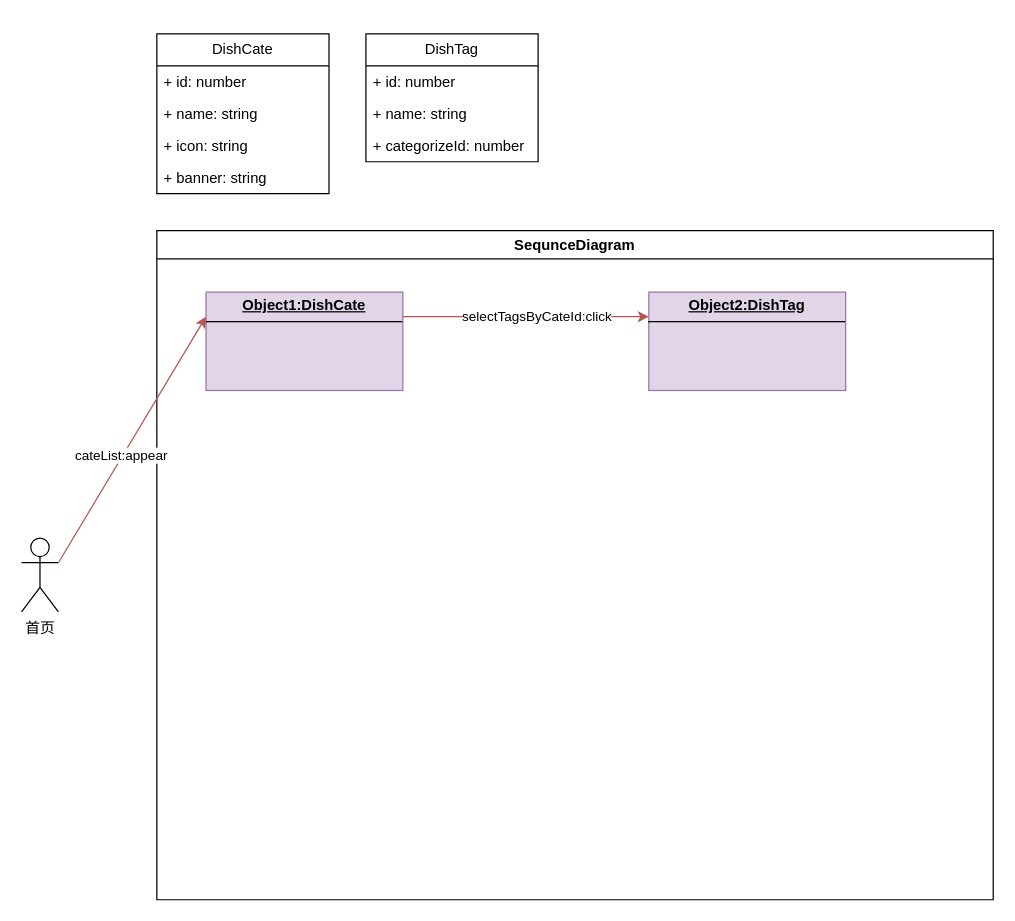
matrix-johnjohn/EatGo-Ordering-App keeps this draw.io diagram as prds/uml顺序图.drawio. Above is the earlier version. Source tidied: cells renumbered, new cells numbered last; positions are measured from the earlier drawing's top-left corner, leaving out a move shared by most shapes. Both pictures are drawn from the tidied source at 123%, with x=0, y=0 at pixel (21, 33).
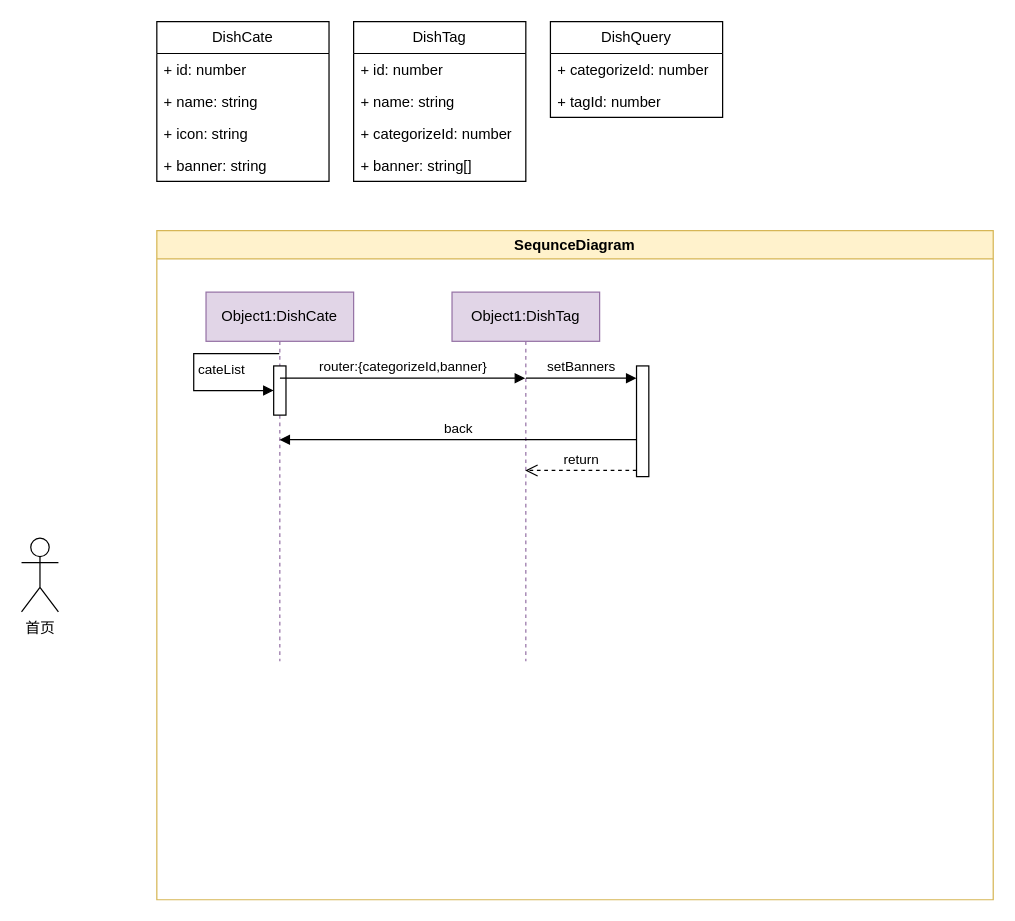
After the change.

The change refers to these unchanged cells:
```xml
<mxCell id="2" value="首页" style="shape=umlActor;verticalLabelPosition=bottom;verticalAlign=top;html=1;outlineConnect=0;" parent="1" vertex="1">
  <mxGeometry y="410" width="30" height="60" as="geometry" />
</mxCell>
```

The edit, as a diff of the source:
```diff
@@
     <mxCell id="3" value="DishCate" style="swimlane;fontStyle=0;horizontal=1;startSize=26;fillColor=none;whiteSpace=wrap;html=1;" parent="1" vertex="1">
-      <mxGeometry x="110" width="140" height="130" as="geometry" />
+      <mxGeometry x="110" y="-10" width="140" height="130" as="geometry" />
     </mxCell>
@@
-    <mxCell id="8" value="SequnceDiagram" style="swimlane;whiteSpace=wrap;html=1;" parent="1" vertex="1">
+    <mxCell id="8" value="SequnceDiagram" style="swimlane;whiteSpace=wrap;html=1;fillColor=#fff2cc;strokeColor=#d6b656;" parent="1" vertex="1">
       <mxGeometry x="110" y="160" width="680" height="544" as="geometry" />
     </mxCell>
-    <mxCell id="9" value="&lt;p style=&quot;margin:0px;margin-top:4px;text-align:center;text-decoration:underline;&quot;&gt;&lt;b&gt;Object1:DishCate&lt;/b&gt;&lt;/p&gt;&lt;hr size=&quot;1&quot; style=&quot;border-style:solid;&quot;&gt;&lt;p style=&quot;margin:0px;margin-left:8px;&quot;&gt;&lt;br&gt;&lt;/p&gt;" style="verticalAlign=top;align=left;overflow=fill;html=1;whiteSpace=wrap;fillColor=#e1d5e7;strokeColor=#9673a6;" parent="8" vertex="1">
-      <mxGeometry x="40" y="50" width="160" height="80" as="geometry" />
+    <mxCell id="9" value="Object1:DishCate" style="shape=umlLifeline;perimeter=lifelinePerimeter;whiteSpace=wrap;html=1;outlineConnect=0;portConstraint=eastwest;newEdgeStyle={&quot;curved&quot;:0,&quot;rounded&quot;:0};fillColor=#e1d5e7;strokeColor=#9673a6;" parent="8" vertex="1">
+      <mxGeometry x="40" y="50" width="120" height="300" as="geometry" />
     </mxCell>
-    <mxCell id="10" value="&lt;p style=&quot;margin:0px;margin-top:4px;text-align:center;text-decoration:underline;&quot;&gt;&lt;b&gt;Object2:DishTag&lt;/b&gt;&lt;/p&gt;&lt;hr size=&quot;1&quot; style=&quot;border-style:solid;&quot;&gt;&lt;p style=&quot;margin:0px;margin-left:8px;&quot;&gt;&lt;br&gt;&lt;/p&gt;" style="verticalAlign=top;align=left;overflow=fill;html=1;whiteSpace=wrap;fillColor=#e1d5e7;strokeColor=#9673a6;" parent="8" vertex="1">
-      <mxGeometry x="400" y="50" width="160" height="80" as="geometry" />
-    </mxCell>
-    <mxCell id="11" style="endArrow=classic;html=1;rounded=0;exitX=1;exitY=0.25;exitDx=0;exitDy=0;entryX=0;entryY=0.25;entryDx=0;entryDy=0;fillColor=#f8cecc;strokeColor=#b85450;" parent="8" edge="1" source="9" target="10">
-      <mxGeometry relative="1" as="geometry" />
-    </mxCell>
-    <mxCell id="12" value="selectTagsByCateId:click" style="edgeLabel;html=1;align=center;verticalAlign=middle;" parent="11" vertex="1">
-      <mxGeometry x="0.08" relative="1" as="geometry" />
-    </mxCell>
+    <mxCell id="19" style="html=1;points=[[0,0,0,0,5],[0,1,0,0,-5],[1,0,0,0,5],[1,1,0,0,-5]];perimeter=orthogonalPerimeter;outlineConnect=0;targetShapes=umlLifeline;portConstraint=eastwest;newEdgeStyle={&quot;curved&quot;:0,&quot;rounded&quot;:0};" parent="9" vertex="1">
+      <mxGeometry x="55" y="60" width="10" height="40" as="geometry" />
+    </mxCell>
+    <mxCell id="20" value="cateList" style="html=1;align=left;spacingLeft=2;endArrow=block;rounded=0;edgeStyle=orthogonalEdgeStyle;curved=0;rounded=0;" parent="9" edge="1" source="9" target="19">
+      <mxGeometry relative="1" as="geometry">
+        <Array as="points">
+          <mxPoint x="-10" y="50" />
+          <mxPoint x="-10" y="80" />
+        </Array>
+      </mxGeometry>
+    </mxCell>
+    <mxCell id="21" value="Object1:DishTag" style="shape=umlLifeline;perimeter=lifelinePerimeter;whiteSpace=wrap;html=1;outlineConnect=0;portConstraint=eastwest;newEdgeStyle={&quot;curved&quot;:0,&quot;rounded&quot;:0};fillColor=#e1d5e7;strokeColor=#9673a6;" parent="8" vertex="1">
+      <mxGeometry x="240" y="50" width="120" height="300" as="geometry" />
+    </mxCell>
+    <mxCell id="22" style="html=1;points=[[0,0,0,0,5],[0,1,0,0,-5],[1,0,0,0,5],[1,1,0,0,-5]];perimeter=orthogonalPerimeter;outlineConnect=0;targetShapes=umlLifeline;portConstraint=eastwest;newEdgeStyle={&quot;curved&quot;:0,&quot;rounded&quot;:0};" parent="8" vertex="1">
+      <mxGeometry x="390" y="110" width="10" height="90" as="geometry" />
+    </mxCell>
+    <mxCell id="23" value="setBanners" style="html=1;verticalAlign=bottom;endArrow=block;curved=0;rounded=0;entryX=0;entryY=0;entryDx=0;entryDy=5;" parent="8" edge="1">
+      <mxGeometry relative="1" as="geometry">
+        <mxPoint x="300.1" y="120" as="sourcePoint" />
+        <mxPoint x="390" y="120" as="targetPoint" />
+      </mxGeometry>
+    </mxCell>
+    <mxCell id="24" value="return" style="html=1;verticalAlign=bottom;endArrow=open;dashed=1;endSize=8;curved=0;rounded=0;exitX=0;exitY=1;exitDx=0;exitDy=-5;" parent="8" edge="1" source="22" target="21">
+      <mxGeometry relative="1" as="geometry" />
+    </mxCell>
+    <mxCell id="25" value="router:{categorizeId,banner}" style="html=1;verticalAlign=bottom;endArrow=block;curved=0;rounded=0;" parent="8" edge="1" target="21">
+      <mxGeometry relative="1" as="geometry">
+        <mxPoint x="100.1" y="120" as="sourcePoint" />
+      </mxGeometry>
+    </mxCell>
+    <mxCell id="26" value="back" style="html=1;verticalAlign=bottom;endArrow=block;curved=0;rounded=0;" parent="8" edge="1">
+      <mxGeometry relative="1" as="geometry">
+        <mxPoint x="390" y="170" as="sourcePoint" />
+        <mxPoint x="99.7" y="170" as="targetPoint" />
+      </mxGeometry>
+    </mxCell>
     <mxCell id="13" value="DishTag" style="swimlane;fontStyle=0;horizontal=1;startSize=26;fillColor=none;whiteSpace=wrap;html=1;" parent="1" vertex="1">
-      <mxGeometry x="280" width="140" height="104" as="geometry" />
+      <mxGeometry x="270" y="-10" width="140" height="130" as="geometry" />
     </mxCell>
@@
-    <mxCell id="17" style="endArrow=classic;html=1;rounded=0;exitX=1;exitY=0.3333333333333333;exitDx=0;exitDy=0;exitPerimeter=0;entryX=0;entryY=0.25;entryDx=0;entryDy=0;fillColor=#f8cecc;strokeColor=#b85450;" parent="1" edge="1" source="2" target="9">
-      <mxGeometry relative="1" as="geometry" />
-    </mxCell>
-    <mxCell id="18" value="cateList:appear" style="edgeLabel;html=1;align=center;verticalAlign=middle;" parent="17" vertex="1">
-      <mxGeometry x="-0.13" y="2" relative="1" as="geometry" />
-    </mxCell>
+    <mxCell id="27" value="+ banner: string[]" style="text;strokeColor=none;fillColor=none;align=left;verticalAlign=top;spacingLeft=4;spacingRight=4;overflow=hidden;whiteSpace=wrap;html=1;" parent="13" vertex="1">
+      <mxGeometry y="104" width="140" height="26" as="geometry" />
+    </mxCell>
+    <mxCell id="28" value="DishQuery" style="swimlane;fontStyle=0;horizontal=1;startSize=26;fillColor=none;whiteSpace=wrap;html=1;" parent="1" vertex="1">
+      <mxGeometry x="430" y="-10" width="140" height="78" as="geometry" />
+    </mxCell>
+    <mxCell id="29" value="+ categorizeId: number" style="text;strokeColor=none;fillColor=none;align=left;verticalAlign=top;spacingLeft=4;spacingRight=4;overflow=hidden;whiteSpace=wrap;html=1;" parent="28" vertex="1">
+      <mxGeometry y="26" width="140" height="26" as="geometry" />
+    </mxCell>
+    <mxCell id="30" value="+ tagId: number" style="text;strokeColor=none;fillColor=none;align=left;verticalAlign=top;spacingLeft=4;spacingRight=4;overflow=hidden;whiteSpace=wrap;html=1;" parent="28" vertex="1">
+      <mxGeometry y="52" width="140" height="26" as="geometry" />
+    </mxCell>
```
